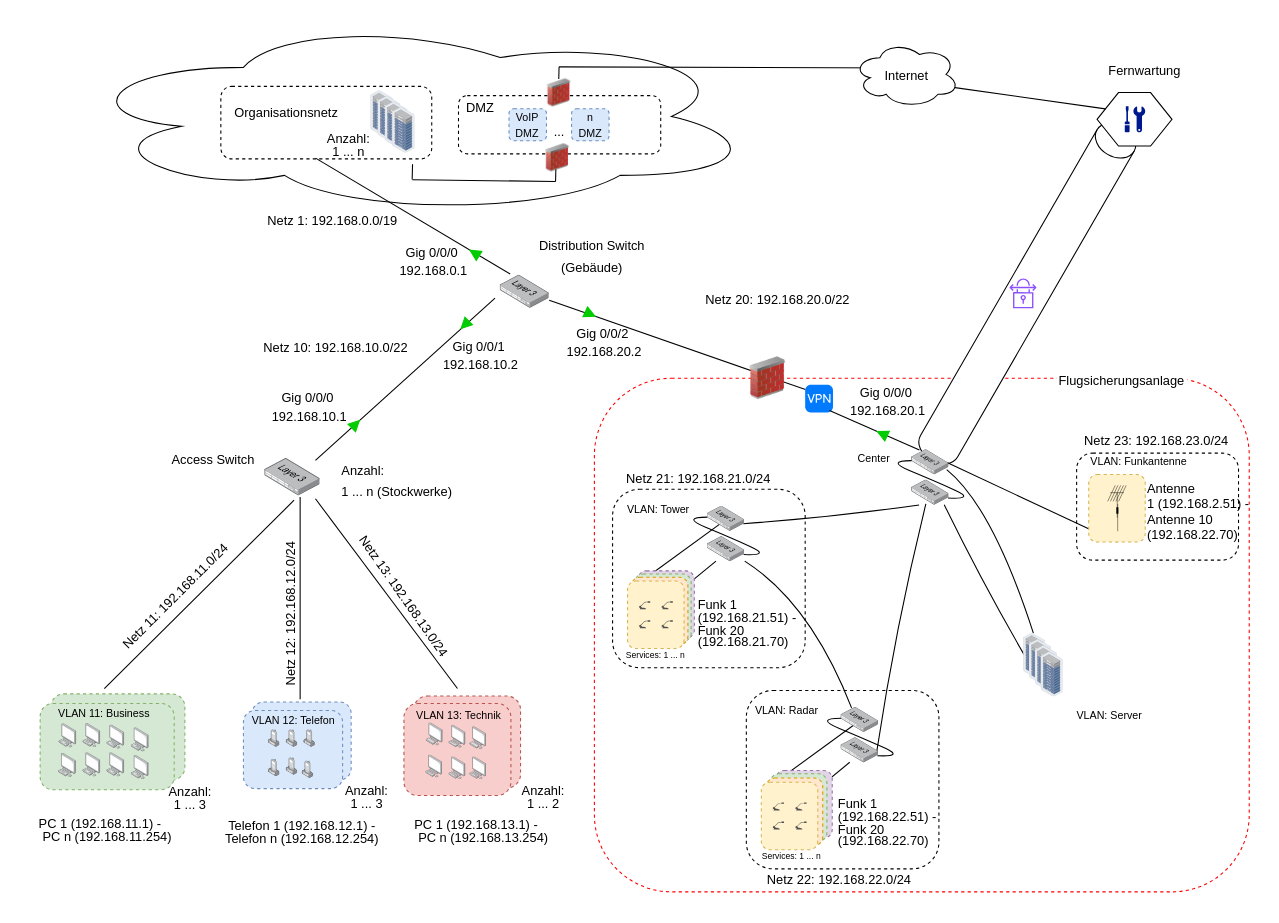
Above: Logische Netzwerktopologie.drawio in meetSeb/Computer-Network (draw.io), before the change. Source tidied: cells renumbered, new cells numbered last; positions are measured from the earlier drawing's top-left corner, leaving out a move shared by most shapes. Both pictures are drawn from the tidied source at 107%, with x=0, y=0 at pixel (18, 18).
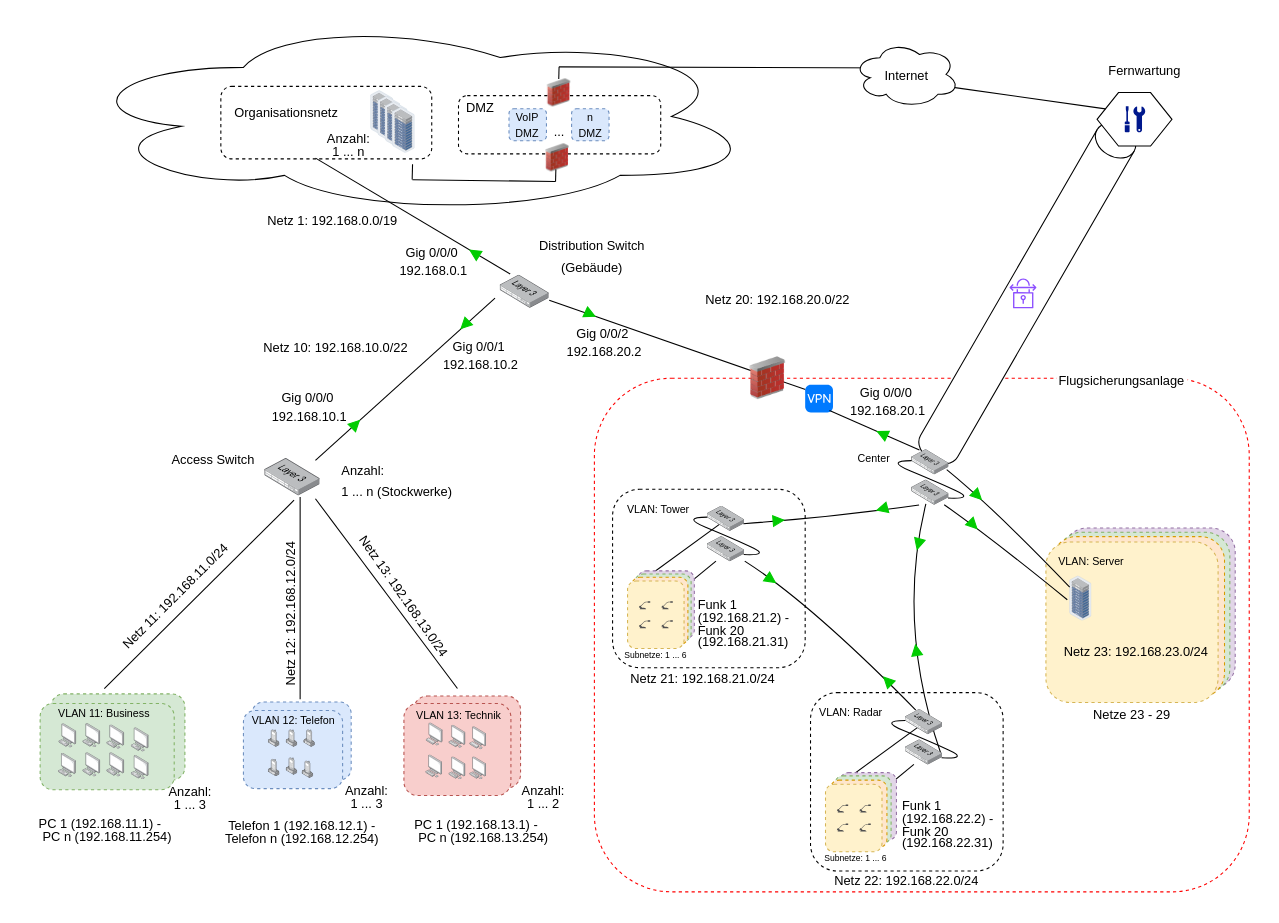
After the change.

The change refers to these unchanged cells:
```xml
<mxCell id="111" style="image;points=[];html=1;align=center;shadow=0;dashed=0;image=img/lib/allied_telesis/switch/Switch_52_port_L3.svg;" parent="110" vertex="1">
  <mxGeometry width="35" height="23.7" as="geometry" />
</mxCell>
<mxCell id="112" style="image;points=[];html=1;align=center;shadow=0;dashed=0;image=img/lib/allied_telesis/switch/Switch_52_port_L3.svg;" parent="110" vertex="1">
  <mxGeometry y="28.4" width="35" height="23.7" as="geometry" />
</mxCell>
```

What changed in the source:
```diff
@@
-    <mxCell id="2" style="rounded=1;whiteSpace=wrap;html=1;fillColor=none;dashed=1;" parent="1" vertex="1">
-      <mxGeometry x="988.7" y="406" width="151.3" height="100" as="geometry" />
-    </mxCell>
@@
     <mxCell id="4" value="&lt;p style=&quot;line-height: 60%;&quot;&gt;&lt;font style=&quot;font-size: 12px;&quot;&gt;Netz 22: 192.168.22.0/24&lt;/font&gt;&lt;/p&gt;" style="text;strokeColor=none;fillColor=none;html=1;align=center;verticalAlign=middle;whiteSpace=wrap;rounded=0;fontSize=16;rotation=0;" parent="1" vertex="1">
-      <mxGeometry x="689.3" y="799.5" width="155.7" height="9.5" as="geometry" />
+      <mxGeometry x="752.3" y="800.5" width="155.7" height="9.5" as="geometry" />
     </mxCell>
@@
-    <mxCell id="89" style="endArrow=none;html=1;rounded=0;fontSize=12;startSize=8;endSize=8;curved=1;entryX=0.441;entryY=-0.006;entryDx=0;entryDy=0;entryPerimeter=0;exitX=0.936;exitY=0.786;exitDx=0;exitDy=0;exitPerimeter=0;" parent="1" edge="1" source="111" target="100">
-      <mxGeometry relative="1" as="geometry">
-        <Array as="points">
-          <mxPoint x="910" y="456" />
-        </Array>
-      </mxGeometry>
-    </mxCell>
-    <mxCell id="90" style="endArrow=none;html=1;rounded=0;fontSize=12;startSize=8;endSize=8;curved=1;exitX=0.87;exitY=0.974;exitDx=0;exitDy=0;exitPerimeter=0;" parent="1" edge="1" source="112">
-      <mxGeometry relative="1" as="geometry">
-        <mxPoint x="940" y="595" as="targetPoint" />
-        <Array as="points">
-          <mxPoint x="900" y="526" />
-        </Array>
-      </mxGeometry>
-    </mxCell>
-    <mxCell id="91" style="endArrow=none;html=1;rounded=0;fontSize=12;startSize=8;endSize=8;curved=1;exitX=0.944;exitY=0.51;exitDx=0;exitDy=0;exitPerimeter=0;entryX=0.5;entryY=1;entryDx=0;entryDy=0;" parent="1" edge="1" source="111" target="120">
-      <mxGeometry relative="1" as="geometry" />
-    </mxCell>
@@
-    <mxCell id="99" style="group;" parent="1" vertex="1">
-      <mxGeometry x="939.1" y="574.4" width="37.1" height="65.6" as="geometry" />
-    </mxCell>
-    <mxCell id="100" style="image;points=[];html=1;align=center;shadow=0;dashed=0;image=img/lib/allied_telesis/storage/Datacenter_Server_Rack_ToR.svg;" parent="99" vertex="1">
-      <mxGeometry width="20.8" height="42.1" as="geometry" />
-    </mxCell>
-    <mxCell id="101" style="image;html=1;align=center;shadow=0;dashed=0;image=img/lib/allied_telesis/storage/Datacenter_Server_Rack_ToR.svg;" parent="99" vertex="1">
-      <mxGeometry x="5.4" y="5.8" width="20.8" height="42.1" as="geometry" />
-    </mxCell>
-    <mxCell id="102" style="image;html=1;align=center;shadow=0;dashed=0;image=img/lib/allied_telesis/storage/Datacenter_Server_Rack_ToR.svg;" parent="99" vertex="1">
-      <mxGeometry x="10.9" y="11.6" width="20.8" height="42.1" as="geometry" />
-    </mxCell>
-    <mxCell id="103" style="image;points=[];html=1;align=center;shadow=0;dashed=0;image=img/lib/allied_telesis/storage/Datacenter_Server_Rack_ToR.svg;" parent="99" vertex="1">
-      <mxGeometry x="16.3" y="17.4" width="20.8" height="42.1" as="geometry" />
-    </mxCell>
-    <mxCell id="104" value="&lt;span style=&quot;font-size: 10px;&quot;&gt;VLAN: Server&lt;/span&gt;&lt;div style=&quot;font-size: 10px;&quot;&gt;&lt;div&gt;&lt;span style=&quot;&quot;&gt;&lt;br&gt;&lt;/span&gt;&lt;/div&gt;&lt;/div&gt;" style="text;strokeColor=none;fillColor=none;html=1;align=left;verticalAlign=top;whiteSpace=wrap;rounded=0;fontSize=16;" parent="1" vertex="1">
-      <mxGeometry x="986.7" y="633" width="95.8" height="45.1" as="geometry" />
-    </mxCell>
-    <mxCell id="105" value="&lt;div style=&quot;font-size: 12px;&quot;&gt;&lt;div&gt;&lt;span style=&quot;&quot;&gt;Antenne 1&amp;nbsp;&lt;/span&gt;&lt;font style=&quot;font-size: 12px;&quot;&gt;(&lt;/font&gt;&lt;span style=&quot;font-size: 12px;&quot;&gt;192.168.2.51) -&lt;/span&gt;&lt;span style=&quot;font-size: 12px;&quot;&gt;Antenne 10 (&lt;/span&gt;&lt;span style=&quot;font-size: 12px;&quot;&gt;192.168.22.70)&lt;/span&gt;&lt;/div&gt;&lt;/div&gt;" style="text;strokeColor=none;fillColor=none;html=1;align=left;verticalAlign=top;whiteSpace=wrap;rounded=0;fontSize=16;" parent="1" vertex="1">
-      <mxGeometry x="1052.8" y="426" width="107.2" height="70" as="geometry" />
-    </mxCell>
@@
-    <mxCell id="119" style="group;" parent="1" vertex="1">
-      <mxGeometry x="1000" y="426" width="52.8" height="63.1" as="geometry" />
-    </mxCell>
-    <mxCell id="120" style="rounded=1;whiteSpace=wrap;html=1;dashed=1;fillColor=#fff2cc;strokeColor=#d6b656;" parent="119" vertex="1">
-      <mxGeometry width="52.8" height="63.1" as="geometry" />
-    </mxCell>
-    <mxCell id="121" style="shape=mxgraph.cisco.wireless.antenna;html=1;dashed=0;fillColor=#036897;strokeColor=#ffffff;strokeWidth=2;verticalLabelPosition=bottom;verticalAlign=top;align=center;" parent="119" vertex="1">
-      <mxGeometry x="17.7" y="10.1" width="17.3" height="42.9" as="geometry" />
-    </mxCell>
@@
-    <mxCell id="149" value="&lt;p style=&quot;line-height: 60%;&quot;&gt;&lt;font style=&quot;font-size: 8px;&quot;&gt;Services: 1 ... n&lt;/font&gt;&lt;/p&gt;" style="text;strokeColor=none;fillColor=none;html=1;align=center;verticalAlign=middle;whiteSpace=wrap;rounded=0;fontSize=16;" parent="1" vertex="1">
+    <mxCell id="149" value="&lt;p style=&quot;line-height: 60%;&quot;&gt;&lt;font style=&quot;font-size: 8px;&quot;&gt;Subnetze: 1 ... 6&lt;/font&gt;&lt;/p&gt;" style="text;strokeColor=none;fillColor=none;html=1;align=center;verticalAlign=middle;whiteSpace=wrap;rounded=0;fontSize=16;" parent="1" vertex="1">
       <mxGeometry x="561.9" y="586.1" width="66.5" height="15.5" as="geometry" />
     </mxCell>
@@
     <mxCell id="151" value="&lt;p style=&quot;line-height: 60%;&quot;&gt;&lt;font style=&quot;font-size: 12px;&quot;&gt;Netz 21: 192.168.21.0/24&lt;/font&gt;&lt;/p&gt;" style="text;strokeColor=none;fillColor=none;html=1;align=center;verticalAlign=middle;whiteSpace=wrap;rounded=0;fontSize=16;rotation=0;" parent="1" vertex="1">
-      <mxGeometry x="559.3" y="417.3" width="153.3" height="24.1" as="geometry" />
+      <mxGeometry x="562.9" y="603.9" width="153.3" height="24.1" as="geometry" />
     </mxCell>
     <mxCell id="152" style="group;" parent="1" vertex="1">
-      <mxGeometry x="680" y="624" width="225.8" height="170.5" as="geometry" />
+      <mxGeometry x="740" y="626" width="225.8" height="170.5" as="geometry" />
     </mxCell>
@@
-    <mxCell id="171" value="&lt;p style=&quot;line-height: 60%;&quot;&gt;&lt;font style=&quot;font-size: 8px;&quot;&gt;Services: 1 ... n&lt;/font&gt;&lt;/p&gt;" style="text;strokeColor=none;fillColor=none;html=1;align=center;verticalAlign=middle;whiteSpace=wrap;rounded=0;fontSize=16;" parent="152" vertex="1">
+    <mxCell id="171" value="&lt;p style=&quot;line-height: 60%;&quot;&gt;&lt;font style=&quot;font-size: 8px;&quot;&gt;Subnetze: 1 ... 6&lt;/font&gt;&lt;/p&gt;" style="text;strokeColor=none;fillColor=none;html=1;align=center;verticalAlign=middle;whiteSpace=wrap;rounded=0;fontSize=16;" parent="152" vertex="1">
       <mxGeometry x="8.8" y="150" width="66.5" height="15.5" as="geometry" />
     </mxCell>
-    <mxCell id="172" value="&lt;p style=&quot;line-height: 60%;&quot;&gt;&lt;font style=&quot;font-size: 12px;&quot;&gt;Funk 1 (&lt;/font&gt;&lt;span style=&quot;font-size: 12px;&quot;&gt;192.168.22.51)&amp;nbsp;&lt;/span&gt;&lt;span style=&quot;font-size: 12px;&quot;&gt;- &amp;nbsp; &amp;nbsp; Funk 20 (&lt;/span&gt;&lt;span style=&quot;font-size: 12px;&quot;&gt;192.168.22.70)&lt;/span&gt;&lt;/p&gt;" style="text;strokeColor=none;fillColor=none;html=1;align=left;verticalAlign=middle;whiteSpace=wrap;rounded=0;fontSize=16;rotation=0;" parent="152" vertex="1">
+    <mxCell id="172" value="&lt;p style=&quot;line-height: 60%;&quot;&gt;&lt;font style=&quot;font-size: 12px;&quot;&gt;Funk 1 (&lt;/font&gt;&lt;span style=&quot;font-size: 12px;&quot;&gt;192.168.22.2)&amp;nbsp;&lt;/span&gt;&lt;span style=&quot;font-size: 12px;&quot;&gt;- &amp;nbsp; &amp;nbsp; Funk 20 (&lt;/span&gt;&lt;span style=&quot;font-size: 12px;&quot;&gt;192.168.22.31)&lt;/span&gt;&lt;/p&gt;" style="text;strokeColor=none;fillColor=none;html=1;align=left;verticalAlign=middle;whiteSpace=wrap;rounded=0;fontSize=16;rotation=0;" parent="152" vertex="1">
       <mxGeometry x="84.3" y="103.6" width="112.7" height="46.7" as="geometry" />
     </mxCell>
-    <mxCell id="173" value="&lt;p style=&quot;line-height: 60%;&quot;&gt;&lt;font style=&quot;font-size: 12px;&quot;&gt;Funk 1 (&lt;/font&gt;&lt;span style=&quot;font-size: 12px;&quot;&gt;192.168.21.51)&amp;nbsp;&lt;/span&gt;&lt;span style=&quot;font-size: 12px;&quot;&gt;- &amp;nbsp; &amp;nbsp; Funk 20 (&lt;/span&gt;&lt;span style=&quot;font-size: 12px;&quot;&gt;192.168.21.70)&lt;/span&gt;&lt;/p&gt;" style="text;strokeColor=none;fillColor=none;html=1;align=left;verticalAlign=middle;whiteSpace=wrap;rounded=0;fontSize=16;rotation=0;" parent="1" vertex="1">
+    <mxCell id="173" value="&lt;p style=&quot;line-height: 60%;&quot;&gt;&lt;font style=&quot;font-size: 12px;&quot;&gt;Funk 1 (&lt;/font&gt;&lt;span style=&quot;font-size: 12px;&quot;&gt;192.168.21.2)&amp;nbsp;&lt;/span&gt;&lt;span style=&quot;font-size: 12px;&quot;&gt;- &amp;nbsp; &amp;nbsp; Funk 20 (&lt;/span&gt;&lt;span style=&quot;font-size: 12px;&quot;&gt;192.168.21.31)&lt;/span&gt;&lt;/p&gt;" style="text;strokeColor=none;fillColor=none;html=1;align=left;verticalAlign=middle;whiteSpace=wrap;rounded=0;fontSize=16;rotation=0;" parent="1" vertex="1">
       <mxGeometry x="633.4" y="541.9" width="112.7" height="46.7" as="geometry" />
     </mxCell>
-    <mxCell id="174" value="&lt;span style=&quot;font-size: 10px;&quot;&gt;VLAN: Funkantenne&lt;/span&gt;&lt;div style=&quot;font-size: 10px;&quot;&gt;&lt;div&gt;&lt;span style=&quot;&quot;&gt;&lt;br&gt;&lt;/span&gt;&lt;/div&gt;&lt;/div&gt;" style="text;strokeColor=none;fillColor=none;html=1;align=left;verticalAlign=top;whiteSpace=wrap;rounded=0;fontSize=16;" parent="1" vertex="1">
-      <mxGeometry x="1000" y="396.2" width="100" height="29.8" as="geometry" />
-    </mxCell>
-    <mxCell id="175" value="&lt;p style=&quot;line-height: 60%;&quot;&gt;&lt;font style=&quot;font-size: 12px;&quot;&gt;Netz 23: 192.168.23.0/24&lt;/font&gt;&lt;/p&gt;" style="text;strokeColor=none;fillColor=none;html=1;align=center;verticalAlign=middle;whiteSpace=wrap;rounded=0;fontSize=16;rotation=0;" parent="1" vertex="1">
-      <mxGeometry x="986.7" y="381.9" width="153.3" height="24.1" as="geometry" />
-    </mxCell>
@@
+    <mxCell id="181" style="group;" parent="1" vertex="1">
+      <mxGeometry x="960" y="476" width="176.9" height="186.1" as="geometry" />
+    </mxCell>
+    <mxCell id="182" style="rounded=1;whiteSpace=wrap;html=1;fillColor=#e1d5e7;dashed=1;strokeColor=#9673a6;" parent="181" vertex="1">
+      <mxGeometry x="16" width="160.9" height="150" as="geometry" />
+    </mxCell>
+    <mxCell id="183" style="rounded=1;whiteSpace=wrap;html=1;fillColor=#d5e8d4;dashed=1;strokeColor=#82b366;" parent="181" vertex="1">
+      <mxGeometry x="11" y="4" width="160.9" height="150" as="geometry" />
+    </mxCell>
+    <mxCell id="184" style="rounded=1;whiteSpace=wrap;html=1;fillColor=#ffe6cc;dashed=1;strokeColor=#d79b00;" parent="181" vertex="1">
+      <mxGeometry x="6" y="8" width="160.9" height="150" as="geometry" />
+    </mxCell>
+    <mxCell id="185" style="rounded=1;whiteSpace=wrap;html=1;fillColor=#fff2cc;dashed=1;strokeColor=#d6b656;" parent="181" vertex="1">
+      <mxGeometry y="13" width="160.9" height="150" as="geometry" />
+    </mxCell>
+    <mxCell id="104" value="&lt;span style=&quot;font-size: 10px;&quot;&gt;VLAN: Server&lt;/span&gt;&lt;div style=&quot;font-size: 10px;&quot;&gt;&lt;div&gt;&lt;span style=&quot;&quot;&gt;&lt;br&gt;&lt;/span&gt;&lt;/div&gt;&lt;/div&gt;" style="text;strokeColor=none;fillColor=none;html=1;align=left;verticalAlign=top;whiteSpace=wrap;rounded=0;fontSize=16;" parent="181" vertex="1">
+      <mxGeometry x="9.9" y="12.5" width="95.8" height="45.1" as="geometry" />
+    </mxCell>
+    <mxCell id="175" value="&lt;p style=&quot;line-height: 60%;&quot;&gt;&lt;font style=&quot;font-size: 12px;&quot;&gt;Netz 23: 192.168.23.0/24&lt;/font&gt;&lt;/p&gt;" style="text;strokeColor=none;fillColor=none;html=1;align=center;verticalAlign=middle;whiteSpace=wrap;rounded=0;fontSize=16;rotation=0;" parent="181" vertex="1">
+      <mxGeometry x="7.6" y="102.5" width="153.3" height="24.1" as="geometry" />
+    </mxCell>
+    <mxCell id="103" style="image;points=[];html=1;align=center;shadow=0;dashed=0;image=img/lib/allied_telesis/storage/Datacenter_Server_Rack_ToR.svg;" parent="181" vertex="1">
+      <mxGeometry x="22.2" y="44.9" width="20.8" height="42.1" as="geometry" />
+    </mxCell>
+    <mxCell id="186" value="&lt;p style=&quot;line-height: 60%;&quot;&gt;&lt;font style=&quot;font-size: 12px;&quot;&gt;Netze 23 - 29&lt;/font&gt;&lt;/p&gt;" style="text;strokeColor=none;fillColor=none;html=1;align=center;verticalAlign=middle;whiteSpace=wrap;rounded=0;fontSize=16;rotation=0;" parent="181" vertex="1">
+      <mxGeometry x="4" y="162" width="153.3" height="24.1" as="geometry" />
+    </mxCell>
+    <mxCell id="90" style="endArrow=none;html=1;rounded=0;fontSize=12;startSize=8;endSize=8;curved=1;exitX=0.87;exitY=0.974;exitDx=0;exitDy=0;exitPerimeter=0;entryX=-0.107;entryY=0.525;entryDx=0;entryDy=0;entryPerimeter=0;" parent="1" edge="1" source="112" target="103">
+      <mxGeometry relative="1" as="geometry">
+        <Array as="points">
+          <mxPoint x="910" y="486" />
+        </Array>
+      </mxGeometry>
+    </mxCell>
+    <mxCell id="89" style="endArrow=none;html=1;rounded=0;fontSize=12;startSize=8;endSize=8;curved=1;exitX=0.936;exitY=0.786;exitDx=0;exitDy=0;exitPerimeter=0;" parent="1" edge="1" source="111" target="103">
+      <mxGeometry relative="1" as="geometry">
+        <Array as="points">
+          <mxPoint x="910" y="456" />
+        </Array>
+      </mxGeometry>
+    </mxCell>
+    <mxCell id="187" style="triangle;whiteSpace=wrap;html=1;rotation=45;fillColor=#00CC00;strokeColor=#00CC00;" parent="1" vertex="1">
+      <mxGeometry x="887" y="468" width="10" height="10" as="geometry" />
+    </mxCell>
+    <mxCell id="188" style="triangle;whiteSpace=wrap;html=1;rotation=45;fillColor=#00CC00;strokeColor=#00CC00;" parent="1" vertex="1">
+      <mxGeometry x="891.1" y="440.7" width="10" height="10" as="geometry" />
+    </mxCell>
+    <mxCell id="189" style="triangle;whiteSpace=wrap;html=1;rotation=35;fillColor=#00CC00;strokeColor=#00CC00;" parent="1" vertex="1">
+      <mxGeometry x="698" y="519.1" width="10" height="10" as="geometry" />
+    </mxCell>
+    <mxCell id="190" style="triangle;whiteSpace=wrap;html=1;rotation=-5;fillColor=#00CC00;strokeColor=#00CC00;" parent="1" vertex="1">
+      <mxGeometry x="705" y="464" width="10" height="10" as="geometry" />
+    </mxCell>
+    <mxCell id="191" style="triangle;whiteSpace=wrap;html=1;rotation=-195;fillColor=#00CC00;strokeColor=#00CC00;" parent="1" vertex="1">
+      <mxGeometry x="802" y="453" width="10" height="10" as="geometry" />
+    </mxCell>
+    <mxCell id="192" style="triangle;whiteSpace=wrap;html=1;rotation=105;fillColor=#00CC00;strokeColor=#00CC00;" parent="1" vertex="1">
+      <mxGeometry x="835.9" y="486" width="10" height="10" as="geometry" />
+    </mxCell>
+    <mxCell id="193" style="triangle;whiteSpace=wrap;html=1;rotation=-135;fillColor=#00CC00;strokeColor=#00CC00;" parent="1" vertex="1">
+      <mxGeometry x="807" y="613.9" width="10" height="10" as="geometry" />
+    </mxCell>
+    <mxCell id="194" style="triangle;whiteSpace=wrap;html=1;rotation=-99;fillColor=#00CC00;strokeColor=#00CC00;" parent="1" vertex="1">
+      <mxGeometry x="833.9" y="585.1" width="10" height="10" as="geometry" />
+    </mxCell>
```
